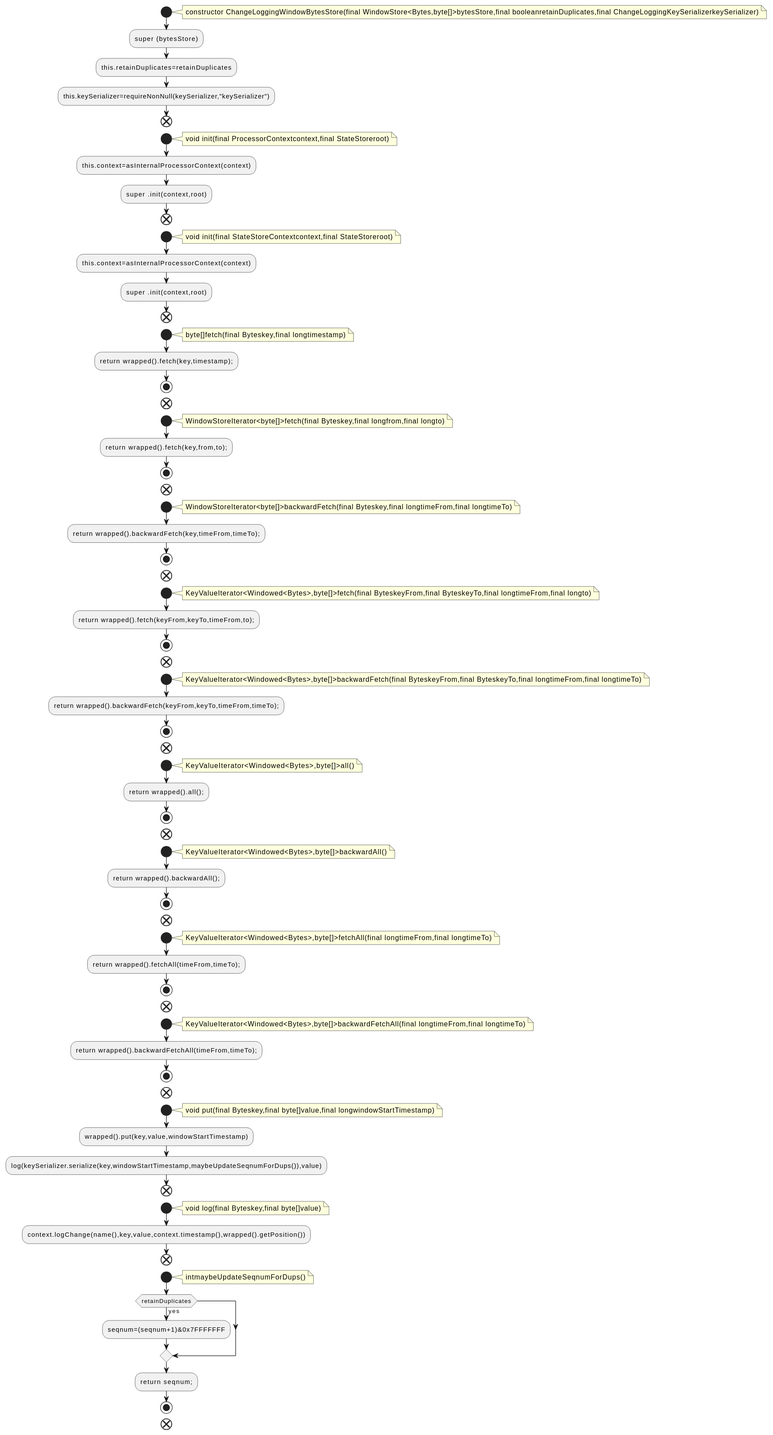
qualitesys/kafka keeps this PlantUML diagram as docs/qc/streams/src/main/java/org/apache/kafka/streams/state/internals/ChangeLoggingWindowBytesStore.java.fct.svg. Above is the earlier version. Its diagram source:
```plantuml
@startuml
!pragma layout smetana
start
note right
constructor ChangeLoggingWindowBytesStore(final WindowStore<Bytes,byte[]>bytesStore,final booleanretainDuplicates,final ChangeLoggingKeySerializerkeySerializer)
end note
:super (bytesStore);
:this.retainDuplicates=retainDuplicates;
:this.keySerializer=requireNonNull(keySerializer,"keySerializer");
end
start
note right
void init(final ProcessorContextcontext,final StateStoreroot)
end note
:this.context=asInternalProcessorContext(context);
:super .init(context,root);
end
start
note right
void init(final StateStoreContextcontext,final StateStoreroot)
end note
:this.context=asInternalProcessorContext(context);
:super .init(context,root);
end
start
note right
byte[]fetch(final Byteskey,final longtimestamp)
end note
:return wrapped().fetch(key,timestamp);;
stop
end
start
note right
WindowStoreIterator<byte[]>fetch(final Byteskey,final longfrom,final longto)
end note
:return wrapped().fetch(key,from,to);;
stop
end
start
note right
WindowStoreIterator<byte[]>backwardFetch(final Byteskey,final longtimeFrom,final longtimeTo)
end note
:return wrapped().backwardFetch(key,timeFrom,timeTo);;
stop
end
start
note right
KeyValueIterator<Windowed<Bytes>,byte[]>fetch(final ByteskeyFrom,final ByteskeyTo,final longtimeFrom,final longto)
end note
:return wrapped().fetch(keyFrom,keyTo,timeFrom,to);;
stop
end
start
note right
KeyValueIterator<Windowed<Bytes>,byte[]>backwardFetch(final ByteskeyFrom,final ByteskeyTo,final longtimeFrom,final longtimeTo)
end note
:return wrapped().backwardFetch(keyFrom,keyTo,timeFrom,timeTo);;
stop
end
start
note right
KeyValueIterator<Windowed<Bytes>,byte[]>all()
end note
:return wrapped().all();;
stop
end
start
note right
KeyValueIterator<Windowed<Bytes>,byte[]>backwardAll()
end note
:return wrapped().backwardAll();;
stop
end
start
note right
KeyValueIterator<Windowed<Bytes>,byte[]>fetchAll(final longtimeFrom,final longtimeTo)
end note
:return wrapped().fetchAll(timeFrom,timeTo);;
stop
end
start
note right
KeyValueIterator<Windowed<Bytes>,byte[]>backwardFetchAll(final longtimeFrom,final longtimeTo)
end note
:return wrapped().backwardFetchAll(timeFrom,timeTo);;
stop
end
start
note right
void put(final Byteskey,final byte[]value,final longwindowStartTimestamp)
end note
:wrapped().put(key,value,windowStartTimestamp);
:log(keySerializer.serialize(key,windowStartTimestamp,maybeUpdateSeqnumForDups()),value);
end
start
note right
void log(final Byteskey,final byte[]value)
end note
:context.logChange(name(),key,value,context.timestamp(),wrapped().getPosition());
end
start
note right
intmaybeUpdateSeqnumForDups()
end note
if (retainDuplicates) then (yes)
:seqnum=(seqnum+1)&0x7FFFFFFF;
endif
:return seqnum;;
stop
end
@enduml
```
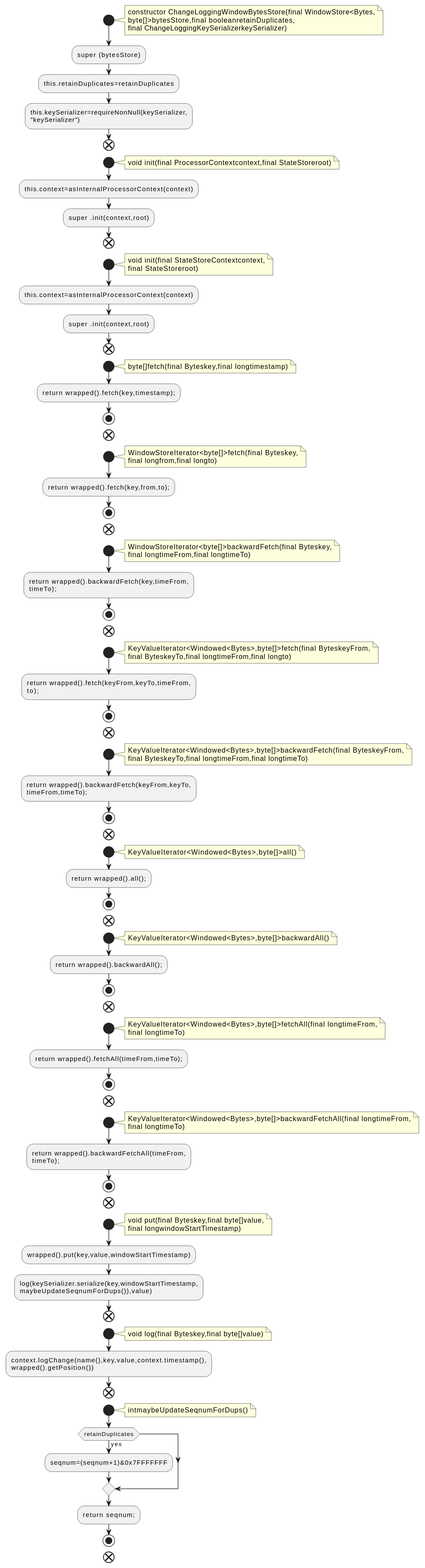
The same file after the commit.

What changed in the source:
```diff
@@ -2,11 +2,14 @@
 !pragma layout smetana
 start
 note right
-constructor ChangeLoggingWindowBytesStore(final WindowStore<Bytes,byte[]>bytesStore,final booleanretainDuplicates,final ChangeLoggingKeySerializerkeySerializer)
+constructor ChangeLoggingWindowBytesStore(final WindowStore<Bytes,
+byte[]>bytesStore,final booleanretainDuplicates,
+final ChangeLoggingKeySerializerkeySerializer)
 end note
 :super (bytesStore);
 :this.retainDuplicates=retainDuplicates;
-:this.keySerializer=requireNonNull(keySerializer,"keySerializer");
+:this.keySerializer=requireNonNull(keySerializer,
+"keySerializer");
 end
 start
 note right
@@ -17,7 +20,8 @@
 end
 start
 note right
-void init(final StateStoreContextcontext,final StateStoreroot)
+void init(final StateStoreContextcontext,
+final StateStoreroot)
 end note
 :this.context=asInternalProcessorContext(context);
 :super .init(context,root);
@@ -31,30 +35,37 @@
 end
 start
 note right
-WindowStoreIterator<byte[]>fetch(final Byteskey,final longfrom,final longto)
+WindowStoreIterator<byte[]>fetch(final Byteskey,
+final longfrom,final longto)
 end note
 :return wrapped().fetch(key,from,to);;
 stop
 end
 start
 note right
-WindowStoreIterator<byte[]>backwardFetch(final Byteskey,final longtimeFrom,final longtimeTo)
+WindowStoreIterator<byte[]>backwardFetch(final Byteskey,
+final longtimeFrom,final longtimeTo)
 end note
-:return wrapped().backwardFetch(key,timeFrom,timeTo);;
+:return wrapped().backwardFetch(key,timeFrom,
+timeTo);;
 stop
 end
 start
 note right
-KeyValueIterator<Windowed<Bytes>,byte[]>fetch(final ByteskeyFrom,final ByteskeyTo,final longtimeFrom,final longto)
+KeyValueIterator<Windowed<Bytes>,byte[]>fetch(final ByteskeyFrom,
+final ByteskeyTo,final longtimeFrom,final longto)
 end note
-:return wrapped().fetch(keyFrom,keyTo,timeFrom,to);;
+:return wrapped().fetch(keyFrom,keyTo,timeFrom,
+to);;
 stop
 end
 start
 note right
-KeyValueIterator<Windowed<Bytes>,byte[]>backwardFetch(final ByteskeyFrom,final ByteskeyTo,final longtimeFrom,final longtimeTo)
+KeyValueIterator<Windowed<Bytes>,byte[]>backwardFetch(final ByteskeyFrom,
+final ByteskeyTo,final longtimeFrom,final longtimeTo)
 end note
-:return wrapped().backwardFetch(keyFrom,keyTo,timeFrom,timeTo);;
+:return wrapped().backwardFetch(keyFrom,keyTo,
+timeFrom,timeTo);;
 stop
 end
 start
@@ -73,30 +84,36 @@
 end
 start
 note right
-KeyValueIterator<Windowed<Bytes>,byte[]>fetchAll(final longtimeFrom,final longtimeTo)
+KeyValueIterator<Windowed<Bytes>,byte[]>fetchAll(final longtimeFrom,
+final longtimeTo)
 end note
 :return wrapped().fetchAll(timeFrom,timeTo);;
 stop
 end
 start
 note right
-KeyValueIterator<Windowed<Bytes>,byte[]>backwardFetchAll(final longtimeFrom,final longtimeTo)
+KeyValueIterator<Windowed<Bytes>,byte[]>backwardFetchAll(final longtimeFrom,
+final longtimeTo)
 end note
-:return wrapped().backwardFetchAll(timeFrom,timeTo);;
+:return wrapped().backwardFetchAll(timeFrom,
+timeTo);;
 stop
 end
 start
 note right
-void put(final Byteskey,final byte[]value,final longwindowStartTimestamp)
+void put(final Byteskey,final byte[]value,
+final longwindowStartTimestamp)
 end note
 :wrapped().put(key,value,windowStartTimestamp);
-:log(keySerializer.serialize(key,windowStartTimestamp,maybeUpdateSeqnumForDups()),value);
+:log(keySerializer.serialize(key,windowStartTimestamp,
+maybeUpdateSeqnumForDups()),value);
 end
 start
 note right
 void log(final Byteskey,final byte[]value)
 end note
-:context.logChange(name(),key,value,context.timestamp(),wrapped().getPosition());
+:context.logChange(name(),key,value,context.timestamp(),
+wrapped().getPosition());
 end
 start
 note right
```
